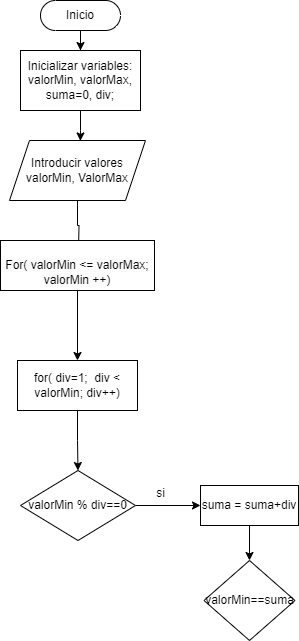
The draw.io diagram Unidad-1/Tarea2 AdonayGG/images/Tarea2.png in adogonz23/programacion, before a commit. Source tidied: cells renumbered, new cells last; positions are measured from the earlier drawing's top-left corner, leaving out a move shared by most shapes.
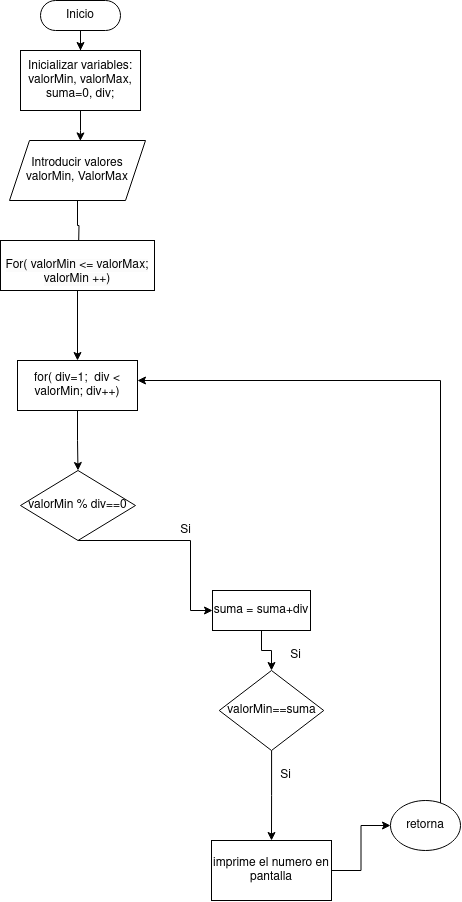
Above is the later version.

Change to the diagram source:
```diff
@@ -34,9 +34,12 @@
     <mxCell id="11" value="for( div=1;&amp;nbsp; div &amp;lt; valorMin; div++)" style="rounded=0;whiteSpace=wrap;html=1;" parent="1" vertex="1">
       <mxGeometry x="17" y="360" width="120" height="50" as="geometry" />
     </mxCell>
-    <mxCell id="12" style="edgeStyle=orthogonalEdgeStyle;rounded=0;jettySize=auto;html=1;" parent="1" edge="1" source="13">
+    <mxCell id="12" style="edgeStyle=orthogonalEdgeStyle;rounded=0;jettySize=auto;html=1;entryX=0;entryY=0.5;entryDx=0;entryDy=0;exitX=0.5;exitY=1;exitDx=0;exitDy=0;" parent="1" edge="1" source="13" target="15">
       <mxGeometry relative="1" as="geometry">
-        <mxPoint x="200" y="505" as="targetPoint" />
+        <Array as="points">
+          <mxPoint x="190" y="540" />
+          <mxPoint x="190" y="610" />
+        </Array>
       </mxGeometry>
     </mxCell>
     <mxCell id="13" value="valorMin % div==0" style="rhombus;whiteSpace=wrap;html=1;" parent="1" vertex="1">
@@ -46,13 +49,41 @@
       <mxGeometry relative="1" as="geometry" />
     </mxCell>
     <mxCell id="15" value="suma = suma+div" style="rounded=0;whiteSpace=wrap;html=1;" parent="1" vertex="1">
-      <mxGeometry x="200" y="485" width="98" height="40" as="geometry" />
+      <mxGeometry x="212" y="590" width="98" height="40" as="geometry" />
     </mxCell>
+    <mxCell id="18" style="edgeStyle=orthogonalEdgeStyle;rounded=0;jettySize=auto;html=1;entryX=0.5;entryY=0;entryDx=0;entryDy=0;" parent="1" edge="1" source="16" target="21">
+      <mxGeometry relative="1" as="geometry" />
+    </mxCell>
     <mxCell id="16" value="valorMin==suma" style="rhombus;whiteSpace=wrap;html=1;" parent="1" vertex="1">
-      <mxGeometry x="203.5" y="560" width="91" height="80" as="geometry" />
+      <mxGeometry x="218.8" y="670" width="104.5" height="80" as="geometry" />
     </mxCell>
-    <mxCell id="17" value="si" style="text;html=1;align=center;verticalAlign=middle;strokeColor=none;fillColor=none;" parent="1" vertex="1">
-      <mxGeometry x="145" y="478" width="30" height="30" as="geometry" />
+    <mxCell id="17" value="Si" style="text;html=1;align=center;verticalAlign=middle;strokeColor=none;fillColor=none;" parent="1" vertex="1">
+      <mxGeometry x="170" y="515" width="30" height="30" as="geometry" />
     </mxCell>
+    <mxCell id="19" value="Si" style="text;html=1;align=center;verticalAlign=middle;strokeColor=none;fillColor=none;" parent="1" vertex="1">
+      <mxGeometry x="280" y="640" width="30" height="30" as="geometry" />
+    </mxCell>
+    <mxCell id="20" style="edgeStyle=orthogonalEdgeStyle;rounded=0;jettySize=auto;html=1;" parent="1" edge="1" source="21" target="24">
+      <mxGeometry relative="1" as="geometry" />
+    </mxCell>
+    <mxCell id="21" value="imprime el numero en pantalla" style="rounded=0;whiteSpace=wrap;html=1;" parent="1" vertex="1">
+      <mxGeometry x="211" y="840" width="120" height="60" as="geometry" />
+    </mxCell>
+    <mxCell id="22" value="Si" style="text;html=1;align=center;verticalAlign=middle;strokeColor=none;fillColor=none;" parent="1" vertex="1">
+      <mxGeometry x="270" y="760" width="30" height="30" as="geometry" />
+    </mxCell>
+    <mxCell id="23" style="edgeStyle=orthogonalEdgeStyle;rounded=0;jettySize=auto;html=1;entryX=1;entryY=0.5;entryDx=0;entryDy=0;exitX=0.5;exitY=0;exitDx=0;exitDy=0;" parent="1" edge="1" source="24">
+      <mxGeometry relative="1" as="geometry">
+        <mxPoint x="137" y="380" as="targetPoint" />
+        <Array as="points">
+          <mxPoint x="425" y="821" />
+          <mxPoint x="440" y="821" />
+          <mxPoint x="440" y="380" />
+        </Array>
+      </mxGeometry>
+    </mxCell>
+    <mxCell id="24" value="retorna" style="ellipse;whiteSpace=wrap;html=1;" parent="1" vertex="1">
+      <mxGeometry x="390" y="800" width="70" height="50" as="geometry" />
+    </mxCell>
   </root>
 </mxGraphModel>
```
